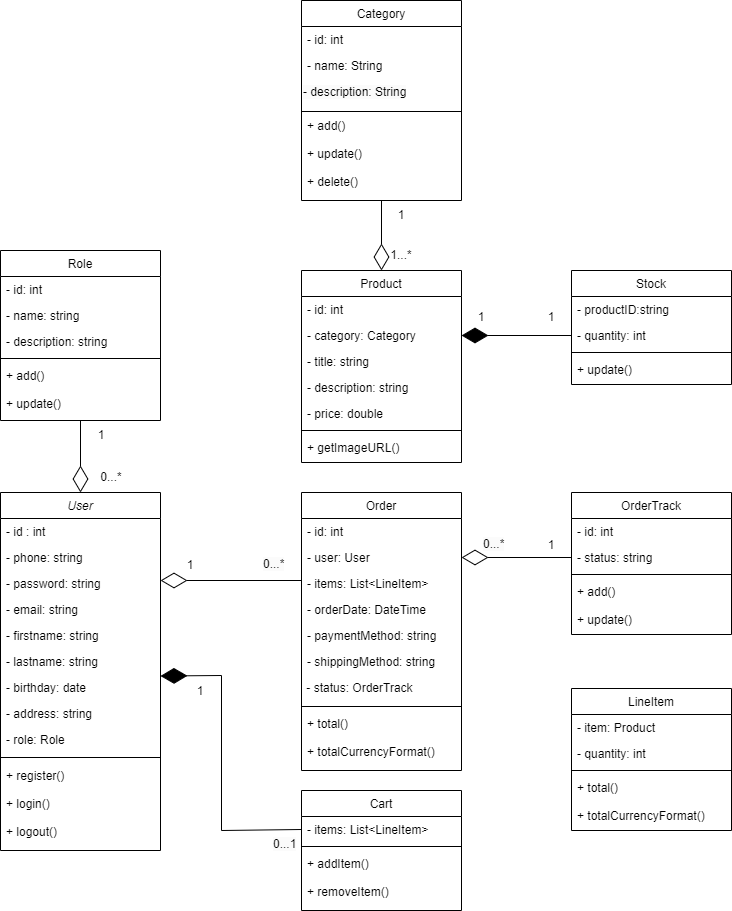
This is WEB.drawio.png from Bisoo12300/web_project_ERD, a draw.io export, as it was before one commit. Source tidied: cells renumbered, new cells last; positions are measured from the earlier drawing's top-left corner, leaving out a move shared by most shapes.
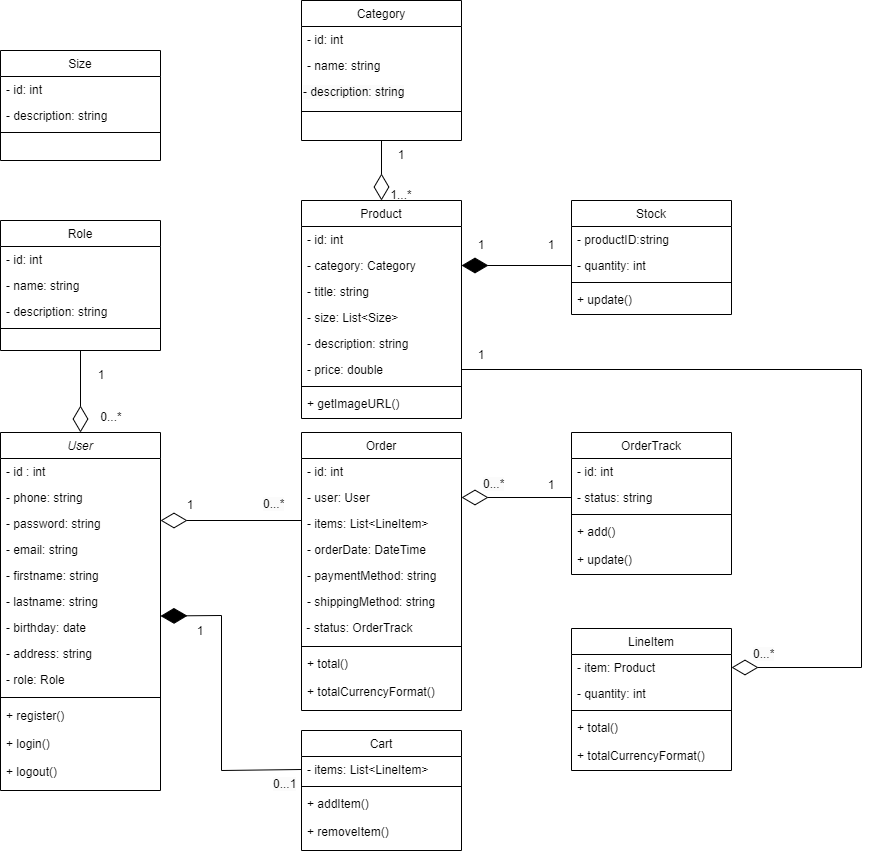
Later version of the same file.

Commit message:
Cập nhật WEB.drawio.png

The edit, as a diff of the source:
```diff
@@ -45,7 +45,7 @@
       <mxGeometry y="326" width="160" height="28" as="geometry" />
     </mxCell>
     <mxCell id="16" value="Role" style="swimlane;fontStyle=0;align=center;verticalAlign=top;horizontal=1;startSize=26;rounded=0;shadow=0;strokeWidth=1;" parent="1" vertex="1">
-      <mxGeometry y="250" width="160" height="170" as="geometry" />
+      <mxGeometry y="280" width="160" height="130" as="geometry" />
     </mxCell>
     <mxCell id="17" value="- id: int" style="text;align=left;verticalAlign=top;spacingLeft=4;spacingRight=4;overflow=hidden;" parent="16" vertex="1">
       <mxGeometry y="26" width="160" height="26" as="geometry" />
@@ -59,12 +59,6 @@
     <mxCell id="20" style="line;html=1;strokeWidth=1;align=left;verticalAlign=middle;spacingTop=-1;spacingLeft=3;spacingRight=3;labelPosition=right;" parent="16" vertex="1">
       <mxGeometry y="104" width="160" height="8" as="geometry" />
     </mxCell>
-    <mxCell id="21" value="+ add()" style="text;align=left;verticalAlign=top;spacingLeft=4;spacingRight=4;overflow=hidden;rounded=0;shadow=0;html=0;" parent="16" vertex="1">
-      <mxGeometry y="112" width="160" height="28" as="geometry" />
-    </mxCell>
-    <mxCell id="22" value="+ update()" style="text;align=left;verticalAlign=top;spacingLeft=4;spacingRight=4;overflow=hidden;rounded=0;shadow=0;html=0;" parent="16" vertex="1">
-      <mxGeometry y="140" width="160" height="28" as="geometry" />
-    </mxCell>
     <mxCell id="23" style="endArrow=diamondThin;endFill=0;endSize=24;html=1;rounded=0;entryX=0.5;entryY=0;entryDx=0;entryDy=0;exitX=0.5;exitY=1;exitDx=0;exitDy=0;" parent="1" edge="1" source="16" target="2">
       <mxGeometry relative="1" as="geometry" />
     </mxCell>
@@ -108,7 +102,7 @@
       <mxGeometry y="114" width="160" height="28" as="geometry" />
     </mxCell>
     <mxCell id="37" value="Product" style="swimlane;fontStyle=0;align=center;verticalAlign=top;horizontal=1;startSize=26;rounded=0;shadow=0;strokeWidth=1;" parent="1" vertex="1">
-      <mxGeometry x="301" y="270" width="160" height="192" as="geometry" />
+      <mxGeometry x="301" y="260" width="160" height="218" as="geometry" />
     </mxCell>
     <mxCell id="38" value="- id: int" style="text;align=left;verticalAlign=top;spacingLeft=4;spacingRight=4;overflow=hidden;" parent="37" vertex="1">
       <mxGeometry y="26" width="160" height="26" as="geometry" />
@@ -119,42 +113,36 @@
     <mxCell id="40" value="- title: string" style="text;align=left;verticalAlign=top;spacingLeft=4;spacingRight=4;overflow=hidden;rounded=0;shadow=0;html=0;" parent="37" vertex="1">
       <mxGeometry y="78" width="160" height="26" as="geometry" />
     </mxCell>
+    <mxCell id="90" value="- size: List&lt;Size&gt;" style="text;align=left;verticalAlign=top;spacingLeft=4;spacingRight=4;overflow=hidden;rounded=0;shadow=0;html=0;" parent="37" vertex="1">
+      <mxGeometry y="104" width="160" height="26" as="geometry" />
+    </mxCell>
     <mxCell id="41" value="- description: string" style="text;align=left;verticalAlign=top;spacingLeft=4;spacingRight=4;overflow=hidden;rounded=0;shadow=0;html=0;" parent="37" vertex="1">
-      <mxGeometry y="104" width="160" height="26" as="geometry" />
+      <mxGeometry y="130" width="160" height="26" as="geometry" />
     </mxCell>
     <mxCell id="42" value="- price: double" style="text;align=left;verticalAlign=top;spacingLeft=4;spacingRight=4;overflow=hidden;points=[[0,0.5],[1,0.5]];portConstraint=eastwest;rounded=0;shadow=0;html=0;" parent="37" vertex="1">
-      <mxGeometry y="130" width="160" height="26" as="geometry" />
+      <mxGeometry y="156" width="160" height="26" as="geometry" />
     </mxCell>
     <mxCell id="43" style="line;html=1;strokeWidth=1;align=left;verticalAlign=middle;spacingTop=-1;spacingLeft=3;spacingRight=3;labelPosition=right;" parent="37" vertex="1">
-      <mxGeometry y="156" width="160" height="8" as="geometry" />
+      <mxGeometry y="182" width="160" height="8" as="geometry" />
     </mxCell>
     <mxCell id="44" value="+ getImageURL()" style="text;align=left;verticalAlign=top;spacingLeft=4;spacingRight=4;overflow=hidden;rounded=0;shadow=0;html=0;" parent="37" vertex="1">
-      <mxGeometry y="164" width="160" height="28" as="geometry" />
+      <mxGeometry y="190" width="160" height="28" as="geometry" />
     </mxCell>
     <mxCell id="45" value="Category" style="swimlane;fontStyle=0;align=center;verticalAlign=top;horizontal=1;startSize=26;rounded=0;shadow=0;strokeWidth=1;" parent="1" vertex="1">
-      <mxGeometry x="301" width="160" height="200" as="geometry" />
+      <mxGeometry x="301" y="60" width="160" height="140" as="geometry" />
     </mxCell>
     <mxCell id="46" value="- id: int" style="text;align=left;verticalAlign=top;spacingLeft=4;spacingRight=4;overflow=hidden;" parent="45" vertex="1">
       <mxGeometry y="26" width="160" height="26" as="geometry" />
     </mxCell>
-    <mxCell id="47" value="- name: String" style="text;align=left;verticalAlign=top;spacingLeft=4;spacingRight=4;overflow=hidden;" parent="45" vertex="1">
+    <mxCell id="47" value="- name: string" style="text;align=left;verticalAlign=top;spacingLeft=4;spacingRight=4;overflow=hidden;" parent="45" vertex="1">
       <mxGeometry y="52" width="160" height="26" as="geometry" />
     </mxCell>
-    <mxCell id="48" value="&lt;span style=&quot;color: rgb(0, 0, 0); font-family: Helvetica; font-size: 12px; font-style: normal; font-variant-ligatures: normal; font-variant-caps: normal; font-weight: 400; letter-spacing: normal; orphans: 2; text-align: left; text-indent: 0px; text-transform: none; widows: 2; word-spacing: 0px; -webkit-text-stroke-width: 0px; background-color: rgb(251, 251, 251); text-decoration-thickness: initial; text-decoration-style: initial; text-decoration-color: initial; float: none; display: inline !important;&quot;&gt;- description: String&lt;/span&gt;" style="text;whiteSpace=wrap;html=1;" parent="45" vertex="1">
+    <mxCell id="48" value="&lt;span style=&quot;color: rgb(0, 0, 0); font-family: Helvetica; font-size: 12px; font-style: normal; font-variant-ligatures: normal; font-variant-caps: normal; font-weight: 400; letter-spacing: normal; orphans: 2; text-align: left; text-indent: 0px; text-transform: none; widows: 2; word-spacing: 0px; -webkit-text-stroke-width: 0px; background-color: rgb(251, 251, 251); text-decoration-thickness: initial; text-decoration-style: initial; text-decoration-color: initial; float: none; display: inline !important;&quot;&gt;- description: string&lt;/span&gt;" style="text;whiteSpace=wrap;html=1;" parent="45" vertex="1">
       <mxGeometry y="78" width="160" height="32" as="geometry" />
     </mxCell>
     <mxCell id="49" style="line;html=1;strokeWidth=1;align=left;verticalAlign=middle;spacingTop=-1;spacingLeft=3;spacingRight=3;labelPosition=right;" parent="45" vertex="1">
       <mxGeometry y="110" width="160" height="2" as="geometry" />
     </mxCell>
-    <mxCell id="50" value="+ add()" style="text;align=left;verticalAlign=top;spacingLeft=4;spacingRight=4;overflow=hidden;rounded=0;shadow=0;html=0;" parent="45" vertex="1">
-      <mxGeometry y="112" width="160" height="28" as="geometry" />
-    </mxCell>
-    <mxCell id="51" value="+ update()" style="text;align=left;verticalAlign=top;spacingLeft=4;spacingRight=4;overflow=hidden;rounded=0;shadow=0;html=0;" parent="45" vertex="1">
-      <mxGeometry y="140" width="160" height="28" as="geometry" />
-    </mxCell>
-    <mxCell id="52" value="+ delete()" style="text;align=left;verticalAlign=top;spacingLeft=4;spacingRight=4;overflow=hidden;rounded=0;shadow=0;html=0;" parent="45" vertex="1">
-      <mxGeometry y="168" width="160" height="28" as="geometry" />
-    </mxCell>
     <mxCell id="53" style="endArrow=diamondThin;endFill=0;endSize=24;html=1;rounded=0;entryX=0.5;entryY=0;entryDx=0;entryDy=0;exitX=0.5;exitY=1;exitDx=0;exitDy=0;" parent="1" edge="1" source="45" target="37">
       <mxGeometry relative="1" as="geometry" />
     </mxCell>
@@ -165,7 +153,7 @@
       <mxGeometry x="371" y="240" width="60" height="30" as="geometry" />
     </mxCell>
     <mxCell id="56" value="Stock" style="swimlane;fontStyle=0;align=center;verticalAlign=top;horizontal=1;startSize=26;rounded=0;shadow=0;strokeWidth=1;" parent="1" vertex="1">
-      <mxGeometry x="571" y="270" width="160" height="114" as="geometry" />
+      <mxGeometry x="571" y="260" width="160" height="114" as="geometry" />
     </mxCell>
     <mxCell id="57" value="- productID:string " style="text;align=left;verticalAlign=top;spacingLeft=4;spacingRight=4;overflow=hidden;" parent="56" vertex="1">
       <mxGeometry y="26" width="160" height="26" as="geometry" />
@@ -183,10 +171,10 @@
       <mxGeometry relative="1" as="geometry" />
     </mxCell>
     <mxCell id="62" value="1" style="text;html=1;strokeColor=none;fillColor=none;align=center;verticalAlign=middle;whiteSpace=wrap;rounded=0;" parent="1" vertex="1">
-      <mxGeometry x="451" y="302" width="60" height="30" as="geometry" />
+      <mxGeometry x="451" y="290" width="60" height="30" as="geometry" />
     </mxCell>
     <mxCell id="63" value="1" style="text;html=1;strokeColor=none;fillColor=none;align=center;verticalAlign=middle;whiteSpace=wrap;rounded=0;" parent="1" vertex="1">
-      <mxGeometry x="521" y="302" width="60" height="30" as="geometry" />
+      <mxGeometry x="521" y="290" width="60" height="30" as="geometry" />
     </mxCell>
     <mxCell id="64" value="Order" style="swimlane;fontStyle=0;align=center;verticalAlign=top;horizontal=1;startSize=26;rounded=0;shadow=0;strokeWidth=1;" parent="1" vertex="1">
       <mxGeometry x="301" y="492" width="160" height="278" as="geometry" />
@@ -273,5 +261,31 @@
     <mxCell id="89" value="&lt;span style=&quot;color: rgb(0, 0, 0); font-family: Helvetica; font-size: 12px; font-style: normal; font-variant-ligatures: normal; font-variant-caps: normal; font-weight: 400; letter-spacing: normal; orphans: 2; text-align: center; text-indent: 0px; text-transform: none; widows: 2; word-spacing: 0px; -webkit-text-stroke-width: 0px; background-color: rgb(251, 251, 251); text-decoration-thickness: initial; text-decoration-style: initial; text-decoration-color: initial; float: none; display: inline !important;&quot;&gt;0...*&lt;/span&gt;" style="text;whiteSpace=wrap;html=1;" parent="1" vertex="1">
       <mxGeometry x="481" y="530" width="50" height="40" as="geometry" />
     </mxCell>
+    <mxCell id="91" style="endArrow=diamondThin;endFill=0;endSize=24;html=1;rounded=0;entryX=1;entryY=0.5;entryDx=0;entryDy=0;exitX=1;exitY=0.5;exitDx=0;exitDy=0;" parent="1" edge="1" source="42" target="32">
+      <mxGeometry relative="1" as="geometry">
+        <Array as="points">
+          <mxPoint x="861" y="429" />
+          <mxPoint x="861" y="727" />
+        </Array>
+      </mxGeometry>
+    </mxCell>
+    <mxCell id="92" value="&lt;span style=&quot;color: rgb(0, 0, 0); font-family: Helvetica; font-size: 12px; font-style: normal; font-variant-ligatures: normal; font-variant-caps: normal; font-weight: 400; letter-spacing: normal; orphans: 2; text-align: center; text-indent: 0px; text-transform: none; widows: 2; word-spacing: 0px; -webkit-text-stroke-width: 0px; background-color: rgb(251, 251, 251); text-decoration-thickness: initial; text-decoration-style: initial; text-decoration-color: initial; float: none; display: inline !important;&quot;&gt;0...*&lt;/span&gt;" style="text;whiteSpace=wrap;html=1;" parent="1" vertex="1">
+      <mxGeometry x="751" y="700" width="50" height="40" as="geometry" />
+    </mxCell>
+    <mxCell id="93" value="1" style="text;html=1;strokeColor=none;fillColor=none;align=center;verticalAlign=middle;whiteSpace=wrap;rounded=0;" parent="1" vertex="1">
+      <mxGeometry x="451" y="400" width="60" height="30" as="geometry" />
+    </mxCell>
+    <mxCell id="94" value="Size" style="swimlane;fontStyle=0;align=center;verticalAlign=top;horizontal=1;startSize=26;rounded=0;shadow=0;strokeWidth=1;" parent="1" vertex="1">
+      <mxGeometry y="110" width="160" height="110" as="geometry" />
+    </mxCell>
+    <mxCell id="95" value="- id: int" style="text;align=left;verticalAlign=top;spacingLeft=4;spacingRight=4;overflow=hidden;" parent="94" vertex="1">
+      <mxGeometry y="26" width="160" height="26" as="geometry" />
+    </mxCell>
+    <mxCell id="96" value="- description: string" style="text;align=left;verticalAlign=top;spacingLeft=4;spacingRight=4;overflow=hidden;" parent="94" vertex="1">
+      <mxGeometry y="52" width="160" height="26" as="geometry" />
+    </mxCell>
+    <mxCell id="97" style="line;html=1;strokeWidth=1;align=left;verticalAlign=middle;spacingTop=-1;spacingLeft=3;spacingRight=3;labelPosition=right;" parent="94" vertex="1">
+      <mxGeometry y="78" width="160" height="8" as="geometry" />
+    </mxCell>
   </root>
 </mxGraphModel>
```
